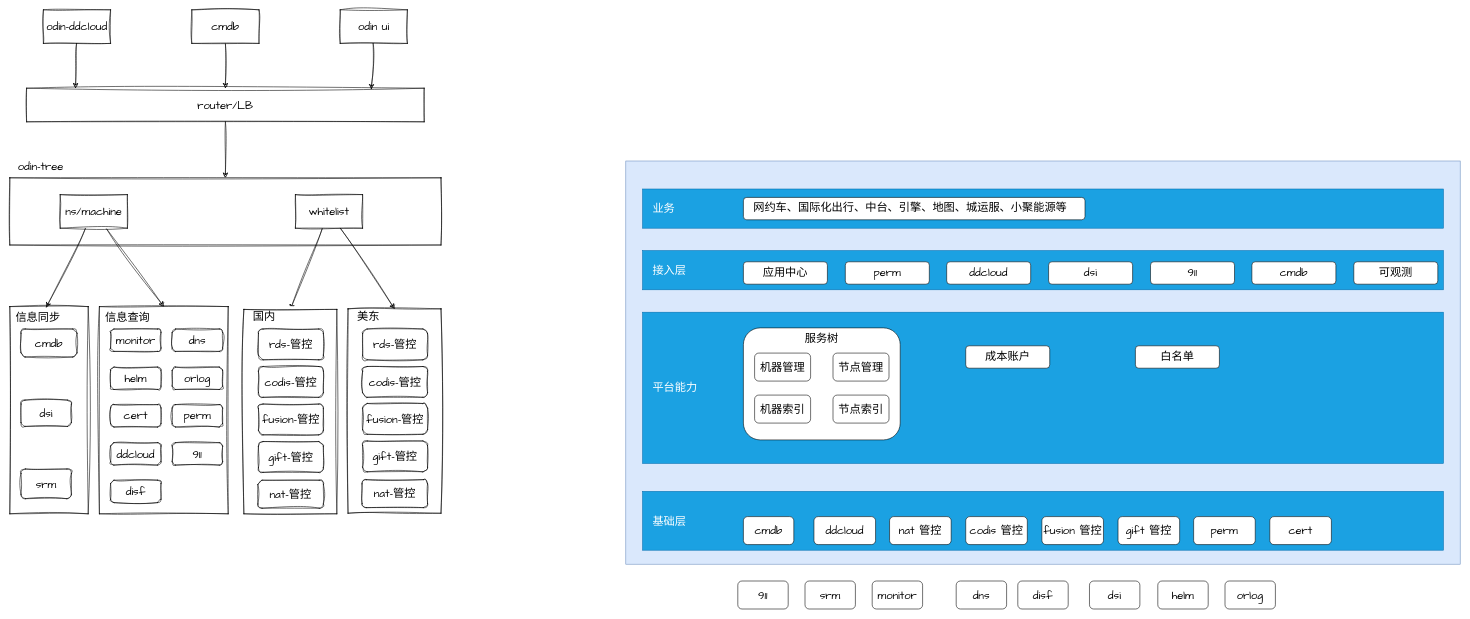
Earlier version of the draw.io diagram page "业务逻辑" (10 of 10) of wtree.drawio (yubo/draw). Source tidied: cells renumbered, new cells numbered last; positions are measured from the earlier drawing's top-left corner, leaving out a move shared by most shapes. Both pictures are drawn from the tidied source at 56%, with x=0, y=0 at pixel (10, 10).
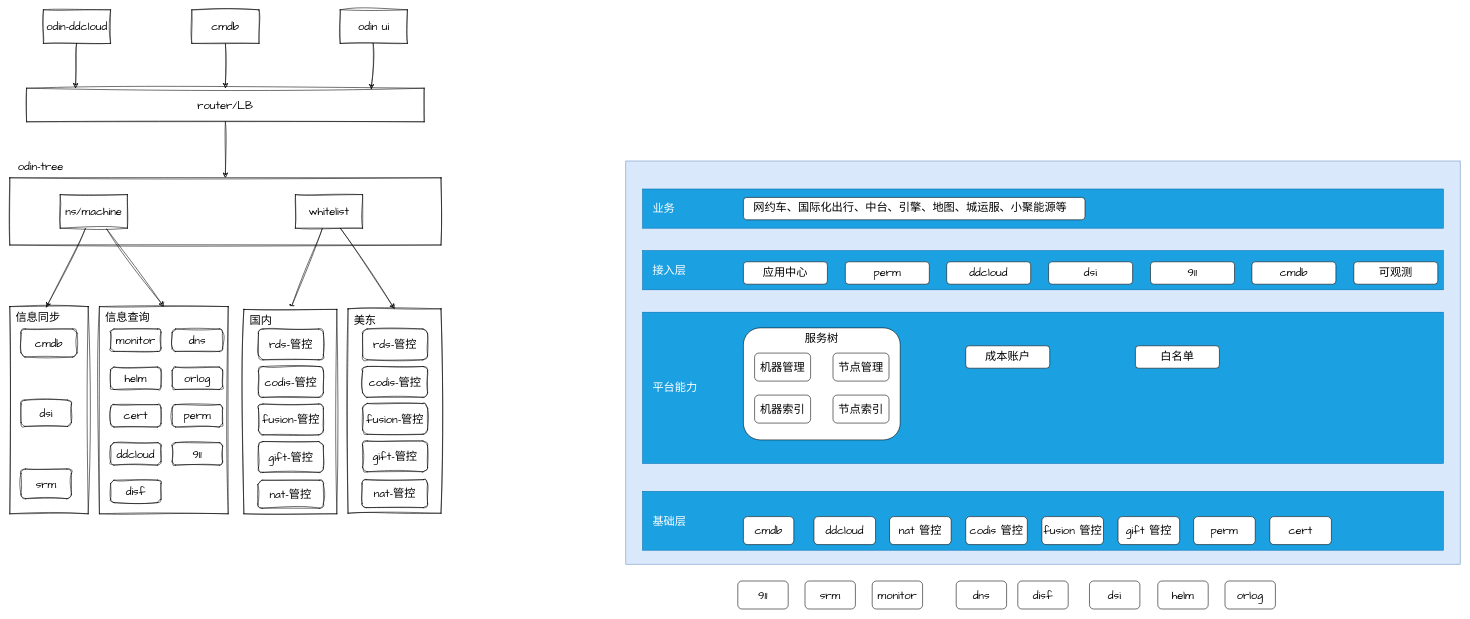
After the change.

The change refers to these unchanged cells:
```xml
<mxCell id="26" style="swimlane;startSize=0;sketch=1;hachureGap=4;jiggle=2;curveFitting=1;fontFamily=Architects Daughter;fontSize=20;" parent="1" vertex="1">
  <mxGeometry x="418" y="535" width="166" height="365" as="geometry" />
</mxCell>
<mxCell id="80" style="swimlane;startSize=0;sketch=1;hachureGap=4;jiggle=2;curveFitting=1;fontFamily=Architects Daughter;fontSize=20;" parent="1" vertex="1">
  <mxGeometry x="604" y="534" width="166" height="365" as="geometry" />
</mxCell>
```

Diff of the diagram source:
```diff
@@
-    <mxCell id="29" value="国内" style="text;html=1;align=center;verticalAlign=middle;strokeColor=none;fillColor=none;fontSize=20;fontFamily=Architects Daughter;" parent="1" vertex="1">
-      <mxGeometry x="424" y="528" width="60" height="40" as="geometry" />
+    <mxCell id="29" value="国内" style="text;html=1;align=center;verticalAlign=middle;strokeColor=none;fillColor=none;fontSize=20;fontFamily=Architects Daughter;" parent="26" vertex="1">
+      <mxGeometry width="60" height="40" as="geometry" />
     </mxCell>
@@
-    <mxCell id="83" value="美东" style="text;html=1;align=center;verticalAlign=middle;strokeColor=none;fillColor=none;fontSize=20;fontFamily=Architects Daughter;" parent="1" vertex="1">
-      <mxGeometry x="610" y="527" width="60" height="40" as="geometry" />
+    <mxCell id="83" value="美东" style="text;html=1;align=center;verticalAlign=middle;strokeColor=none;fillColor=none;fontSize=20;fontFamily=Architects Daughter;" parent="80" vertex="1">
+      <mxGeometry width="60" height="40" as="geometry" />
     </mxCell>
```
